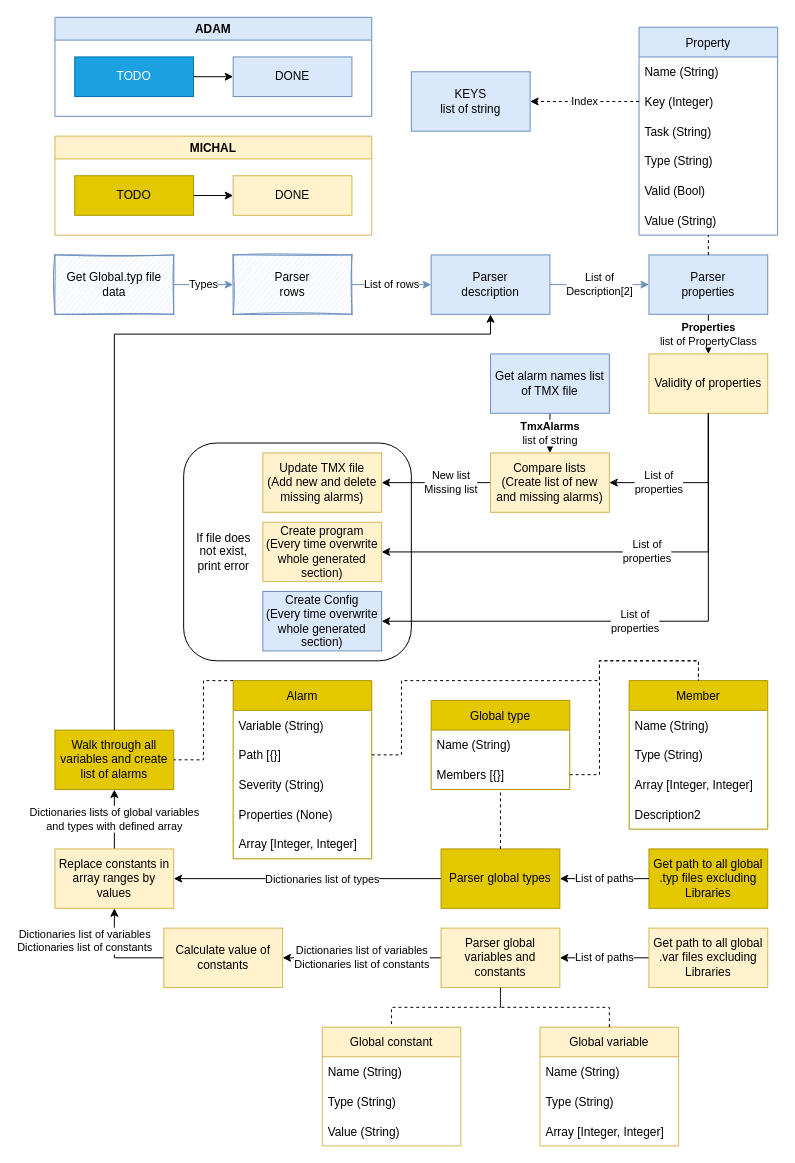
This is CreateAlarms.drawio from br-automation-community-oss/create-alarms, a draw.io file, before an edit. Source tidied: cells renumbered, new cells numbered last; positions are measured from the earlier drawing's top-left corner, leaving out a move shared by most shapes. Both pictures are drawn from the tidied source at 99%, with x=0, y=0 at pixel (54, 17).
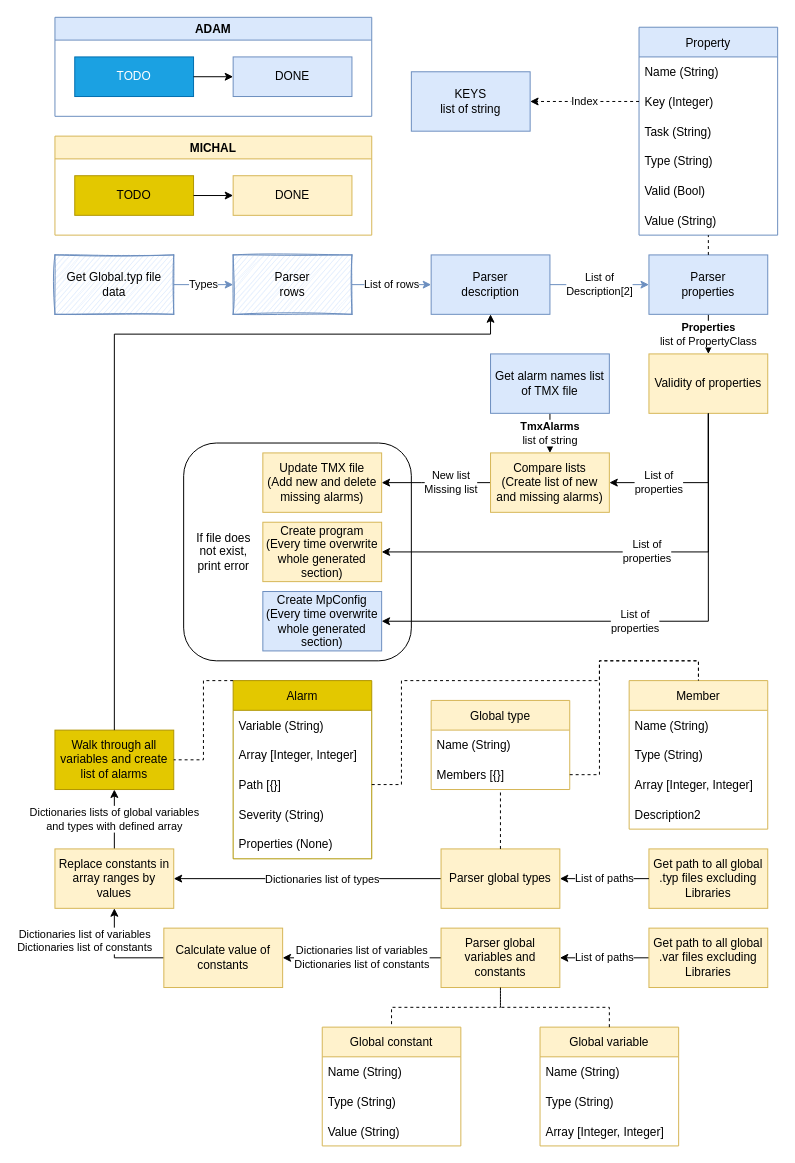
The same page after the edit.

Commit message (it also covers changes not shown here):
Finds all global vars, types, constants and makes paths to all alarm types

Unchanged cells that the change refers to:
```xml
<mxCell id="75" value="Alarm" style="swimlane;fontStyle=0;horizontal=1;startSize=30;fillColor=#e3c800;strokeColor=#B09500;fontColor=#000000;" parent="1" vertex="1">
  <mxGeometry x="180" y="670" width="140" height="180" as="geometry" />
</mxCell>
```

Change to the diagram source:
```diff
@@
-    <mxCell id="22" value="Create Config&lt;br&gt;(Every time overwrite whole generated section)" style="whiteSpace=wrap;html=1;rounded=0;fillColor=#dae8fc;strokeColor=#6c8ebf;" parent="1" vertex="1">
+    <mxCell id="22" value="Create MpConfig&lt;br&gt;(Every time overwrite whole generated section)" style="whiteSpace=wrap;html=1;rounded=0;fillColor=#dae8fc;strokeColor=#6c8ebf;" parent="1" vertex="1">
       <mxGeometry x="210" y="580" width="120" height="60" as="geometry" />
     </mxCell>
@@
-    <mxCell id="62" value="Get path to all global .typ files excluding Libraries" style="whiteSpace=wrap;html=1;rounded=0;strokeColor=#B09500;fillColor=#e3c800;fontColor=#000000;" parent="1" vertex="1">
+    <mxCell id="62" value="Get path to all global .typ files excluding Libraries" style="whiteSpace=wrap;html=1;rounded=0;strokeColor=#d6b656;fillColor=#fff2cc;" parent="1" vertex="1">
       <mxGeometry x="600" y="840" width="120" height="60" as="geometry" />
     </mxCell>
@@
-    <mxCell id="64" value="Parser global types" style="whiteSpace=wrap;html=1;rounded=0;strokeColor=#B09500;fillColor=#e3c800;fontColor=#000000;" parent="1" vertex="1">
+    <mxCell id="64" value="Parser global types" style="whiteSpace=wrap;html=1;rounded=0;strokeColor=#d6b656;fillColor=#fff2cc;" parent="1" vertex="1">
       <mxGeometry x="390" y="840" width="120" height="60" as="geometry" />
     </mxCell>
-    <mxCell id="65" value="Global type" style="swimlane;fontStyle=0;horizontal=1;startSize=30;fillColor=#e3c800;strokeColor=#B09500;fontColor=#000000;" parent="1" vertex="1">
+    <mxCell id="65" value="Global type" style="swimlane;fontStyle=0;horizontal=1;startSize=30;fillColor=#fff2cc;strokeColor=#d6b656;" parent="1" vertex="1">
       <mxGeometry x="380" y="690" width="140" height="90" as="geometry" />
     </mxCell>
@@
-    <mxCell id="70" value="Member" style="swimlane;fontStyle=0;horizontal=1;startSize=30;fillColor=#e3c800;strokeColor=#B09500;fontColor=#000000;" parent="1" vertex="1">
+    <mxCell id="70" value="Member" style="swimlane;fontStyle=0;horizontal=1;startSize=30;fillColor=#fff2cc;strokeColor=#d6b656;" parent="1" vertex="1">
       <mxGeometry x="580" y="670" width="140" height="150" as="geometry" />
     </mxCell>
@@
+    <mxCell id="80" value="Array [Integer, Integer]" style="text;strokeColor=none;fillColor=none;align=left;verticalAlign=middle;spacingLeft=4;spacingRight=4;overflow=hidden;" parent="75" vertex="1">
+      <mxGeometry y="60" width="140" height="30" as="geometry" />
+    </mxCell>
     <mxCell id="77" value="Path [{}]" style="text;strokeColor=none;fillColor=none;align=left;verticalAlign=middle;spacingLeft=4;spacingRight=4;overflow=hidden;points=[[0,0.5],[1,0.5]];portConstraint=eastwest;" parent="75" vertex="1">
-      <mxGeometry y="60" width="140" height="30" as="geometry" />
+      <mxGeometry y="90" width="140" height="30" as="geometry" />
     </mxCell>
     <mxCell id="78" value="Severity (String)" style="text;strokeColor=none;fillColor=none;align=left;verticalAlign=middle;spacingLeft=4;spacingRight=4;overflow=hidden;" parent="75" vertex="1">
-      <mxGeometry y="90" width="140" height="30" as="geometry" />
+      <mxGeometry y="120" width="140" height="30" as="geometry" />
     </mxCell>
     <mxCell id="79" value="Properties (None)" style="text;strokeColor=none;fillColor=none;align=left;verticalAlign=middle;spacingLeft=4;spacingRight=4;overflow=hidden;" parent="75" vertex="1">
-      <mxGeometry y="120" width="140" height="30" as="geometry" />
+      <mxGeometry y="150" width="140" height="30" as="geometry" />
     </mxCell>
-    <mxCell id="80" value="Array [Integer, Integer]" style="text;strokeColor=none;fillColor=none;align=left;verticalAlign=middle;spacingLeft=4;spacingRight=4;overflow=hidden;" parent="75" vertex="1">
-      <mxGeometry y="150" width="140" height="30" as="geometry" />
-    </mxCell>
     <mxCell id="81" style="endArrow=none;dashed=1;html=1;rounded=0;entryX=0.5;entryY=0;entryDx=0;entryDy=0;exitX=1;exitY=0.5;exitDx=0;exitDy=0;" parent="1" edge="1" source="77" target="70">
       <mxGeometry relative="1" as="geometry">
         <Array as="points">
-          <mxPoint x="350" y="745" />
+          <mxPoint x="350" y="775" />
           <mxPoint x="350" y="670" />
           <mxPoint x="550" y="670" />
           <mxPoint x="550" y="650" />
           <mxPoint x="600" y="650" />
           <mxPoint x="650" y="650" />
         </Array>
       </mxGeometry>
     </mxCell>
```
